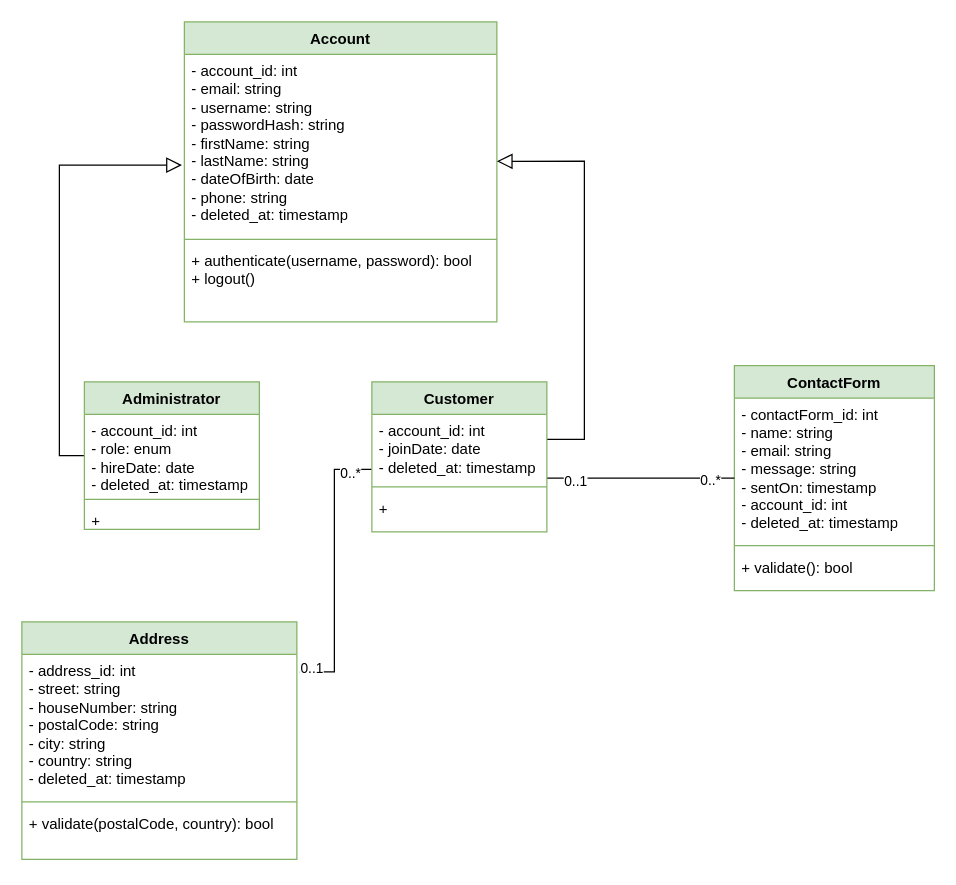
This is page "gebruikers, authenticatie en communicatie" (1 of 5) of diagram_bestanden/klasseDiagram.drawio from renee77/applicatie_useITtoo, a draw.io file, before an edit. Source tidied: cells renumbered, new cells numbered last; positions are measured from the earlier drawing's top-left corner, leaving out a move shared by most shapes. Both pictures are drawn from the tidied source at 125%, with x=0, y=0 at pixel (21, 21).
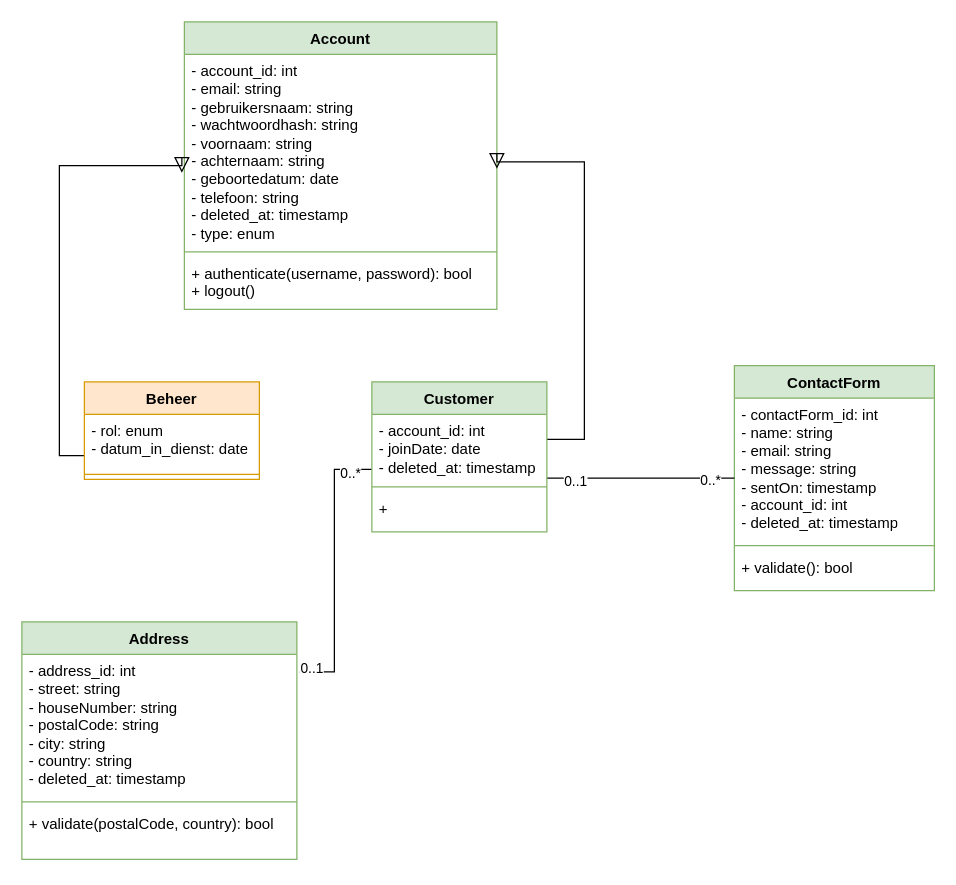
Above is the later version.

The edit, as a diff of the source:
```diff
@@
     <mxCell id="2" value="Account" style="swimlane;fontStyle=1;align=center;verticalAlign=top;horizontal=1;startSize=26;whiteSpace=wrap;html=1;fillColor=#d5e8d4;strokeColor=#82b366;" parent="1" vertex="1">
-      <mxGeometry x="130" width="250" height="240" as="geometry" />
+      <mxGeometry x="130" width="250" height="230" as="geometry" />
     </mxCell>
-    <mxCell id="3" value="- account_id: int&lt;br&gt;- email: string&lt;br&gt;- username: string&lt;br&gt;- passwordHash: string&lt;br&gt;- firstName: string&lt;br&gt;- lastName: string&lt;br&gt;- dateOfBirth: date&lt;br&gt;- phone: string&lt;br&gt;- deleted_at: timestamp" style="text;strokeColor=none;fillColor=none;align=left;verticalAlign=top;spacingLeft=4;spacingRight=4;overflow=hidden;points=[[0,0.5],[1,0.5]];portConstraint=eastwest;whiteSpace=wrap;html=1;" parent="2" vertex="1">
-      <mxGeometry y="26" width="250" height="144" as="geometry" />
+    <mxCell id="3" value="- account_id: int&lt;br&gt;- email: string&lt;br&gt;- gebruikersnaam: string&lt;br&gt;- wachtwoordhash: string&lt;br&gt;- voornaam: string&lt;br&gt;- achternaam: string&lt;br&gt;- geboortedatum: date&lt;br&gt;- telefoon: string&lt;br&gt;- deleted_at: timestamp&lt;div&gt;- type: enum&lt;/div&gt;" style="text;strokeColor=none;fillColor=none;align=left;verticalAlign=top;spacingLeft=4;spacingRight=4;overflow=hidden;points=[[0,0.5],[1,0.5]];portConstraint=eastwest;whiteSpace=wrap;html=1;" parent="2" vertex="1">
+      <mxGeometry y="26" width="250" height="154" as="geometry" />
     </mxCell>
     <mxCell id="4" style="line;strokeWidth=1;fillColor=none;align=left;verticalAlign=middle;spacingTop=-1;spacingLeft=3;spacingRight=3;labelPosition=right;strokeColor=inherit;" parent="2" vertex="1">
-      <mxGeometry y="170" width="250" height="8" as="geometry" />
+      <mxGeometry y="180" width="250" height="8" as="geometry" />
     </mxCell>
     <mxCell id="5" value="+ authenticate(username, password): bool&lt;br&gt;+ logout()" style="text;strokeColor=none;fillColor=none;align=left;verticalAlign=top;spacingLeft=4;spacingRight=4;overflow=hidden;whiteSpace=wrap;html=1;" parent="2" vertex="1">
-      <mxGeometry y="178" width="250" height="62" as="geometry" />
+      <mxGeometry y="188" width="250" height="42" as="geometry" />
     </mxCell>
@@
-    <mxCell id="26" value="Administrator" style="swimlane;fontStyle=1;align=center;verticalAlign=top;horizontal=1;startSize=26;whiteSpace=wrap;html=1;fillColor=#d5e8d4;strokeColor=#82b366;" parent="1" vertex="1">
-      <mxGeometry x="50" y="288" width="140" height="118" as="geometry" />
+    <mxCell id="26" value="Beheer" style="swimlane;fontStyle=1;align=center;verticalAlign=top;horizontal=1;startSize=26;whiteSpace=wrap;html=1;fillColor=#ffe6cc;strokeColor=#d79b00;" parent="1" vertex="1">
+      <mxGeometry x="50" y="288" width="140" height="78" as="geometry" />
     </mxCell>
-    <mxCell id="27" value="- account_id: int&lt;br&gt;&lt;div&gt;- role: enum&lt;/div&gt;&lt;div&gt;- hireDate: date&lt;/div&gt;- deleted_at: timestamp" style="text;strokeColor=none;fillColor=none;align=left;verticalAlign=top;spacingLeft=4;spacingRight=4;overflow=hidden;whiteSpace=wrap;html=1;" parent="26" vertex="1">
-      <mxGeometry y="26" width="140" height="64" as="geometry" />
+    <mxCell id="27" value="&lt;div&gt;- rol: enum&lt;/div&gt;&lt;div&gt;- datum_in_dienst: date&lt;/div&gt;" style="text;strokeColor=none;fillColor=none;align=left;verticalAlign=top;spacingLeft=4;spacingRight=4;overflow=hidden;whiteSpace=wrap;html=1;" parent="26" vertex="1">
+      <mxGeometry y="26" width="140" height="44" as="geometry" />
     </mxCell>
     <mxCell id="28" style="line;strokeWidth=1;fillColor=none;align=left;verticalAlign=middle;spacingTop=-1;spacingLeft=3;spacingRight=3;labelPosition=right;strokeColor=inherit;" parent="26" vertex="1">
-      <mxGeometry y="90" width="140" height="8" as="geometry" />
+      <mxGeometry y="70" width="140" height="8" as="geometry" />
     </mxCell>
-    <mxCell id="29" value="+" style="text;strokeColor=none;fillColor=none;align=left;verticalAlign=top;spacingLeft=4;spacingRight=4;overflow=hidden;whiteSpace=wrap;html=1;" parent="26" vertex="1">
-      <mxGeometry y="98" width="140" height="20" as="geometry" />
-    </mxCell>
```
